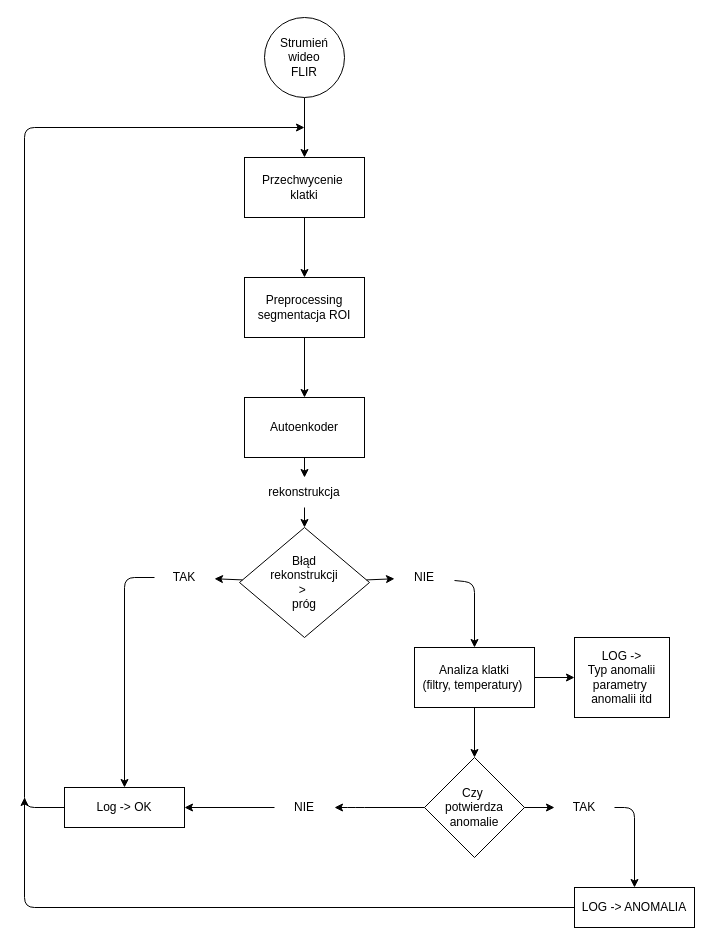
This is anomalies_system_diagram.drawio from dawidburcon/weld-thermal-anomaly-detection, a draw.io file, before an edit. Source tidied: cells renumbered, new cells numbered last; positions are measured from the earlier drawing's top-left corner, leaving out a move shared by most shapes. Both pictures are drawn from the tidied source at 100%, with x=0, y=0 at pixel (24, 17).
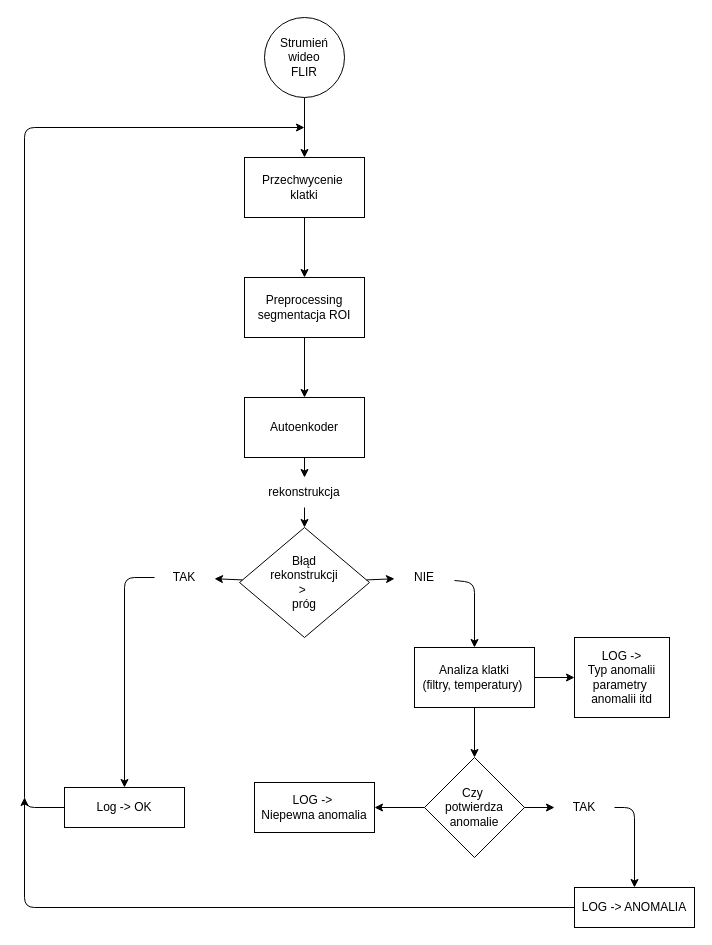
Above is the later version.

Unchanged cells that the change refers to:
```xml
<mxCell id="20" value="Czy&amp;nbsp;&lt;div&gt;potwierdza anomalie&lt;/div&gt;" style="rhombus;whiteSpace=wrap;html=1;rounded=0;" parent="1" vertex="1">
  <mxGeometry x="400" y="740" width="100" height="100" as="geometry" />
</mxCell>
<mxCell id="26" value="Log -&amp;gt; OK" style="rounded=0;whiteSpace=wrap;html=1;" parent="1" vertex="1">
  <mxGeometry x="40" y="770" width="120" height="40" as="geometry" />
</mxCell>
```

Change to the diagram source:
```diff
@@
-    <mxCell id="19" style="edgeStyle=none;html=1;entryX=1;entryY=0.5;entryDx=0;entryDy=0;" parent="1" edge="1" source="30" target="26">
-      <mxGeometry relative="1" as="geometry" />
-    </mxCell>
+    <mxCell id="34" style="edgeStyle=none;html=1;" parent="1" edge="1" source="20" target="35">
+      <mxGeometry relative="1" as="geometry" />
+    </mxCell>
@@
-    <mxCell id="29" style="edgeStyle=none;html=1;entryX=1;entryY=0.5;entryDx=0;entryDy=0;" parent="1" edge="1" source="20" target="30">
-      <mxGeometry relative="1" as="geometry">
-        <Array as="points">
-          <mxPoint x="330" y="790" />
-        </Array>
-      </mxGeometry>
-    </mxCell>
-    <mxCell id="30" value="NIE" style="text;html=1;align=center;verticalAlign=middle;whiteSpace=wrap;rounded=0;" parent="1" vertex="1">
-      <mxGeometry x="250" y="775" width="60" height="30" as="geometry" />
-    </mxCell>
@@
+    <mxCell id="35" value="LOG -&amp;gt;&amp;nbsp;&lt;div&gt;Niepewna anomalia&lt;/div&gt;" style="whiteSpace=wrap;html=1;rounded=0;" parent="1" vertex="1">
+      <mxGeometry x="230" y="765" width="120" height="50" as="geometry" />
+    </mxCell>
```
